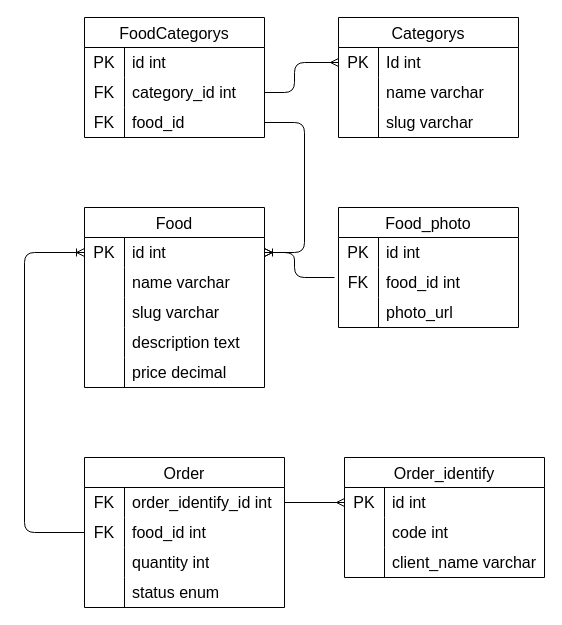
Above: page "Página-2" (2 of 2) of docs/entities.drawio in Jose-GuilhermeG/food_order (draw.io), before the change. Source tidied: cells renumbered, new cells numbered last; positions are measured from the earlier drawing's top-left corner, leaving out a move shared by most shapes. Both pictures are drawn from the tidied source at 100%, with x=0, y=0 at pixel (24, 17).
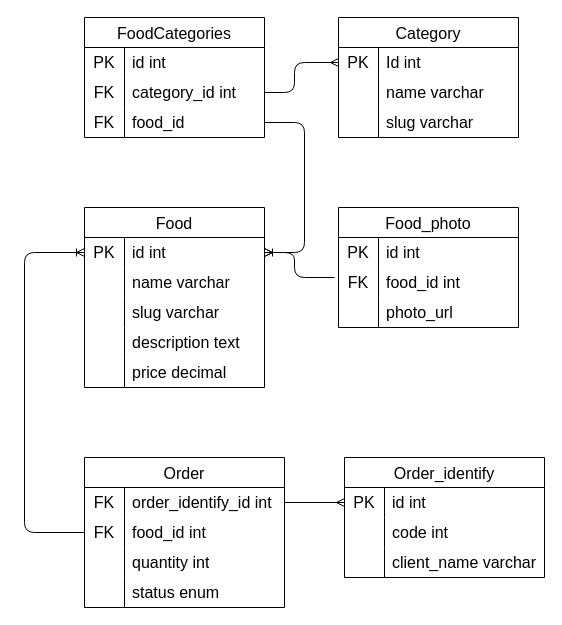
After the change.

What changed in the source:
```diff
@@
-    <mxCell id="54" value="Categorys" style="shape=table;startSize=30;childLayout=tableLayout;rowLines=0;fontStyle=0;strokeColor=default;fontSize=16;" parent="1" vertex="1">
+    <mxCell id="54" value="Category" style="shape=table;startSize=30;childLayout=tableLayout;rowLines=0;fontStyle=0;strokeColor=default;fontSize=16;" parent="1" vertex="1">
       <mxGeometry x="314" width="180" height="120" as="geometry" />
     </mxCell>
@@
-    <mxCell id="64" value="FoodCategorys" style="shape=table;startSize=30;childLayout=tableLayout;rowLines=0;fontStyle=0;strokeColor=default;fontSize=16;" parent="1" vertex="1">
+    <mxCell id="64" value="FoodCategories" style="shape=table;startSize=30;childLayout=tableLayout;rowLines=0;fontStyle=0;strokeColor=default;fontSize=16;" parent="1" vertex="1">
       <mxGeometry x="60" width="180" height="120" as="geometry" />
     </mxCell>
```
